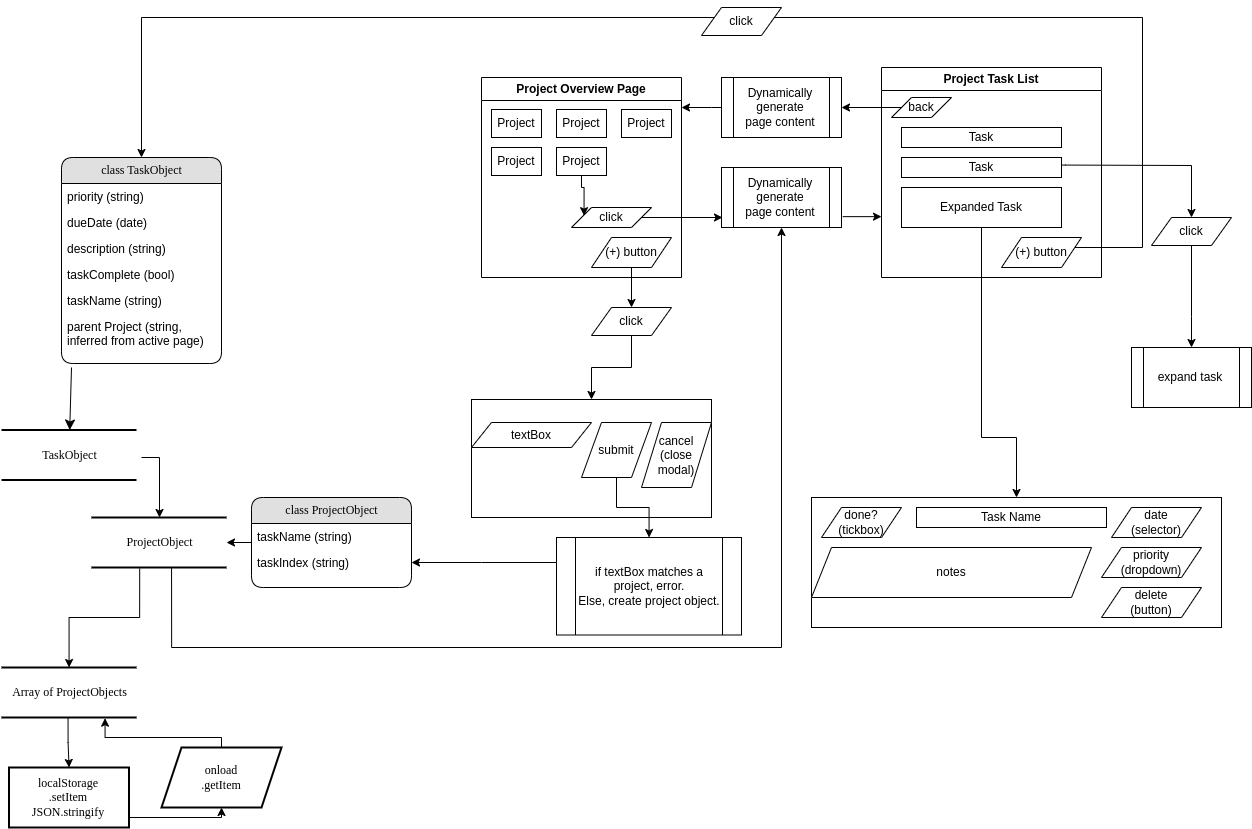
The draw.io diagram flowchart.drawio.png in sykul/Todo-List, before a commit. Source tidied: cells renumbered, new cells last; positions are measured from the earlier drawing's top-left corner, leaving out a move shared by most shapes.
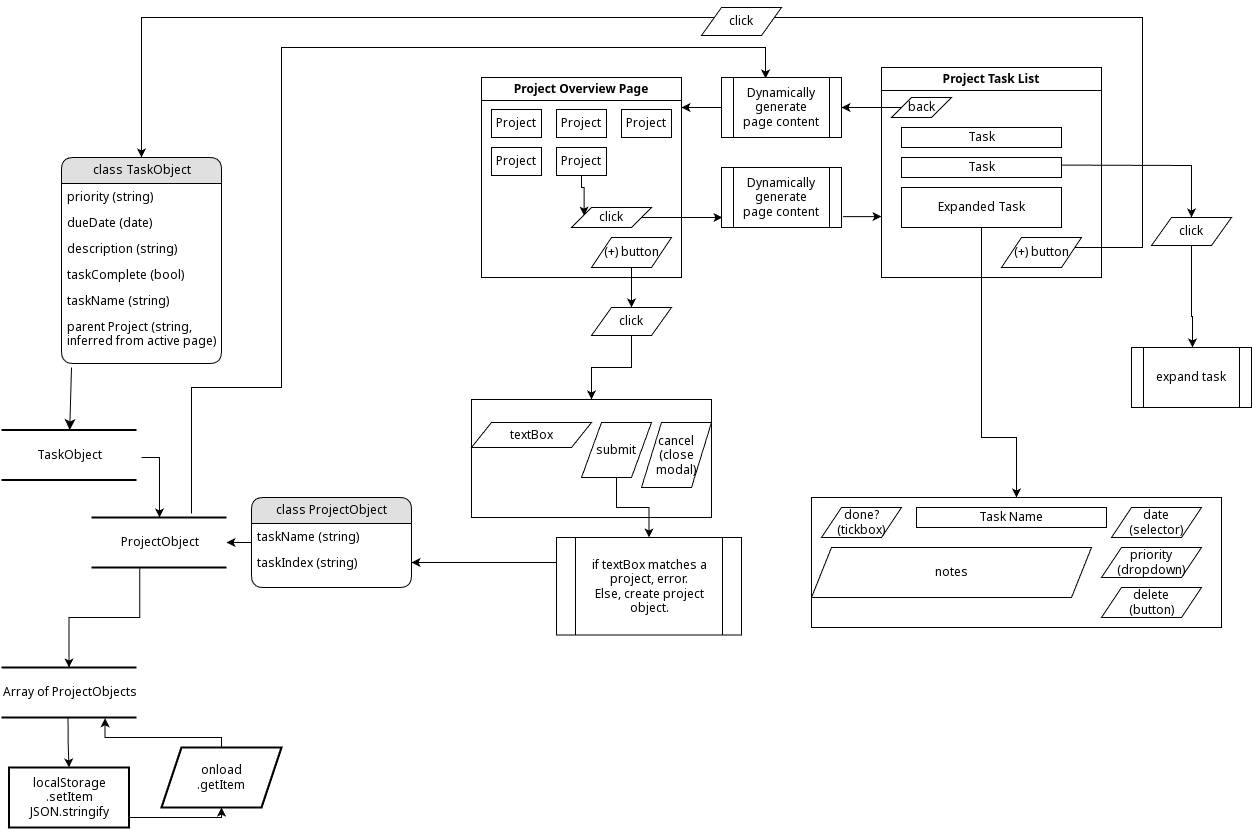
After the commit.

What changed in the source:
```diff
@@ -36,11 +36,13 @@
     <mxCell id="11" value="parent Project (string, inferred from active page)" style="text;html=1;strokeColor=none;fillColor=none;spacingLeft=4;spacingRight=4;whiteSpace=wrap;overflow=hidden;" parent="5" vertex="1">
       <mxGeometry y="156" width="160" height="34" as="geometry" />
     </mxCell>
-    <mxCell id="12" style="edgeStyle=orthogonalEdgeStyle;rounded=0;jettySize=auto;html=1;entryX=0.5;entryY=1;entryDx=0;entryDy=0;exitX=0.593;exitY=1.013;exitDx=0;exitDy=0;exitPerimeter=0;" parent="1" edge="1" source="70" target="45">
+    <mxCell id="12" style="edgeStyle=orthogonalEdgeStyle;rounded=0;jettySize=auto;html=1;entryX=0.367;entryY=0.017;entryDx=0;entryDy=0;exitX=0.741;exitY=-0.08;exitDx=0;exitDy=0;exitPerimeter=0;entryPerimeter=0;" parent="1" edge="1" source="70" target="49">
       <mxGeometry relative="1" as="geometry">
         <Array as="points">
-          <mxPoint x="170" y="640" />
-          <mxPoint x="780" y="640" />
+          <mxPoint x="190" y="380" />
+          <mxPoint x="280" y="380" />
+          <mxPoint x="280" y="40" />
+          <mxPoint x="764" y="40" />
         </Array>
       </mxGeometry>
     </mxCell>
```
